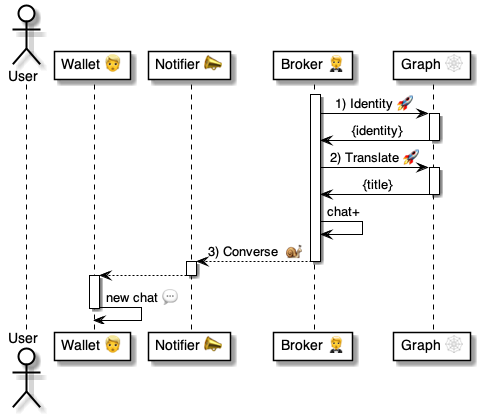
Before: 4 ⚙️ Solution/20 🧑‍🦰 UI/Brokers 🤵/🤵⏩ Broker flows/Open 🤵⏩💬/🤵 Open ⚙️ uml.png, a diagram exported from PlantUML (pollyweb-org/pollyweb-docs). Its source is kept beside it as 4 ⚙️ Solution/20 🧑‍🦰 UI/Brokers 🤵/🤵⏩ Broker flows/Open 🤵⏩💬/🤵 Open ⚙️ uml.puml.
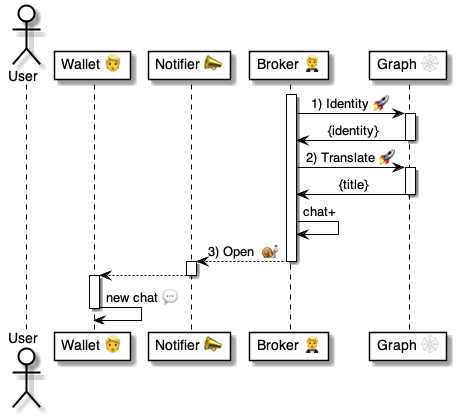
After the commit.

Diff of the diagram source:
```diff
@@ -22,7 +22,7 @@
 
 broker -> broker: chat+
 
-broker --> notifier: 3) Converse  🐌
+broker --> notifier: 3) Open  🐌
 deactivate broker
 
 activate notifier
```
